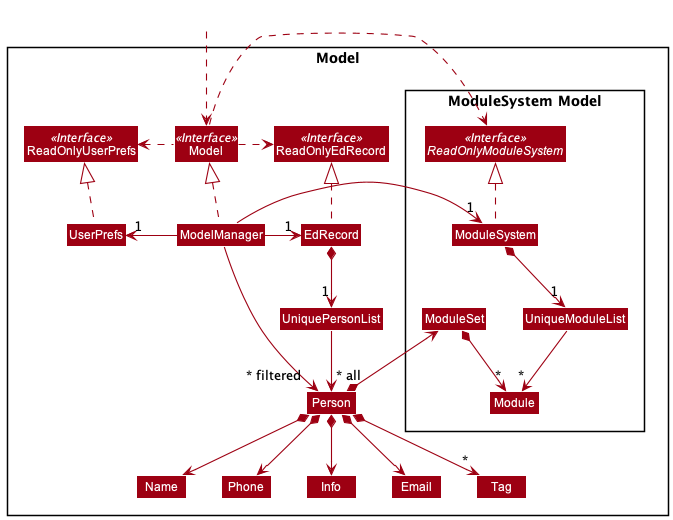
The PlantUML diagram docs/images/ModelClassDiagram.png in nus-cs2103-AY2122S1/tp, before a commit.
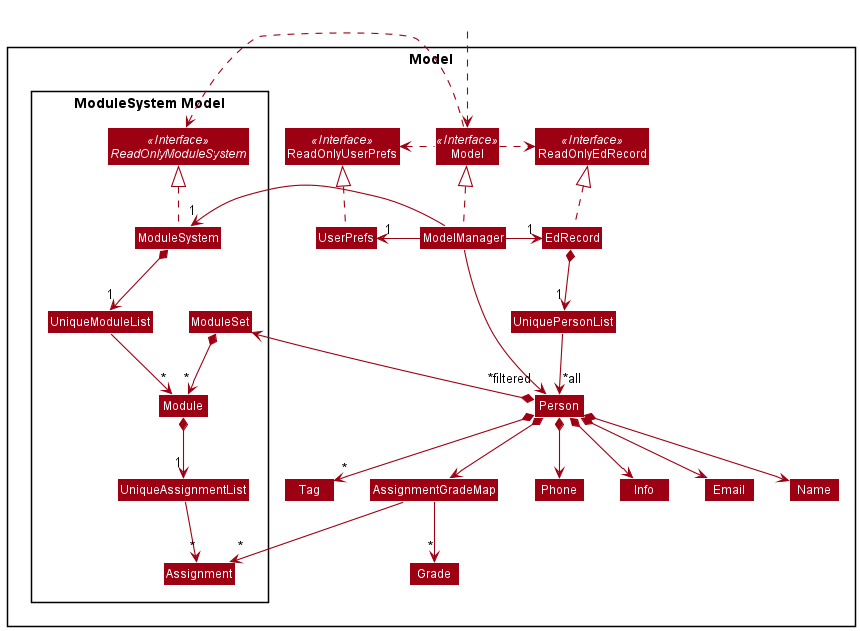
After the change.

Commit message:
Update Model UML diagram with AssignmentGradeMap

What changed in the source:
```diff
@@ -23,12 +23,16 @@
 Class Name
 Class Phone
 Class Tag
+Class AssignmentGradeMap
+Class Grade
 
 Package "ModuleSystem Model" {
 Interface ReadOnlyModuleSystem <<Interface>>
 Class ModuleSystem
 Class UniqueModuleList
 Class Module
+Class UniqueAssignmentList
+Class Assignment
 
 Class ModuleSet
 }
@@ -51,13 +55,16 @@
 UserPrefs .up.|> ReadOnlyUserPrefs
 
 EdRecord *--> "1" UniquePersonList
-UniquePersonList --> "~* all" Person
+UniquePersonList --> "~*all" Person
 Person *--> Name
 Person *--> Phone
 Person *--> Email
 Person *--> Info
 Person *--> "*" Tag
+Person *--> AssignmentGradeMap
 Person *--> ModuleSet
+
+AssignmentGradeMap --> "*" Grade
 
 Name -[hidden]right-> Phone
 Phone -[hidden]right-> Info
@@ -66,6 +73,9 @@
 ModuleSystem *--> "1" UniqueModuleList
 UniqueModuleList --> "*" Module
 ModuleSet *--> "*" Module
+Module *--> "1" UniqueAssignmentList
+UniqueAssignmentList --> "*" Assignment
 
-ModelManager -->"~* filtered" Person
+ModelManager -->"~*filtered" Person
+AssignmentGradeMap --> "*" Assignment
 @enduml
```
